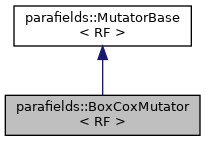
This is a01056.png from parafields/parafields-core, a Graphviz export, as it was before one commit. Its source is kept beside it as a01056.dot. The source it was exported from:
```dot
digraph "parafields::BoxCoxMutator&lt; RF &gt;"
{
  edge [fontname="Helvetica",fontsize="10",labelfontname="Helvetica",labelfontsize="10"];
  node [fontname="Helvetica",fontsize="10",shape=record];
  Node1 [label="parafields::BoxCoxMutator\l\< RF \>",height=0.2,width=0.4,color="black", fillcolor="grey75", style="filled", fontcolor="black",tooltip="Applies the Box-Cox transformation to the data values."];
  Node2 -> Node1 [dir="back",color="midnightblue",fontsize="10",style="solid",fontname="Helvetica"];
  Node2 [label="parafields::MutatorBase\l\< RF \>",height=0.2,width=0.4,color="black", fillcolor="white", style="filled",URL="$a01037.html",tooltip="Abstract base class for value transformations."];
}
```
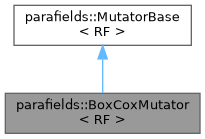
Above is the later version.

The edit, as a diff of the source:
```diff
@@ -1,8 +1,9 @@
 digraph "parafields::BoxCoxMutator&lt; RF &gt;"
 {
-  edge [fontname="Helvetica",fontsize="10",labelfontname="Helvetica",labelfontsize="10"];
-  node [fontname="Helvetica",fontsize="10",shape=record];
-  Node1 [label="parafields::BoxCoxMutator\l\< RF \>",height=0.2,width=0.4,color="black", fillcolor="grey75", style="filled", fontcolor="black",tooltip="Applies the Box-Cox transformation to the data values."];
-  Node2 -> Node1 [dir="back",color="midnightblue",fontsize="10",style="solid",fontname="Helvetica"];
-  Node2 [label="parafields::MutatorBase\l\< RF \>",height=0.2,width=0.4,color="black", fillcolor="white", style="filled",URL="$a01037.html",tooltip="Abstract base class for value transformations."];
+  bgcolor="transparent";
+  edge [fontname=Helvetica,fontsize=10,labelfontname=Helvetica,labelfontsize=10];
+  node [fontname=Helvetica,fontsize=10,shape=box,height=0.2,width=0.4];
+  Node1 [id="Node000001",label="parafields::BoxCoxMutator\l\< RF \>",height=0.2,width=0.4,color="gray40", fillcolor="grey60", style="filled", fontcolor="black",tooltip="Applies the Box-Cox transformation to the data values."];
+  Node2 -> Node1 [id="edge1_Node000001_Node000002",dir="back",color="steelblue1",style="solid",tooltip=" "];
+  Node2 [id="Node000002",label="parafields::MutatorBase\l\< RF \>",height=0.2,width=0.4,color="gray40", fillcolor="white", style="filled",URL="$a01037.html",tooltip="Abstract base class for value transformations."];
 }
```
